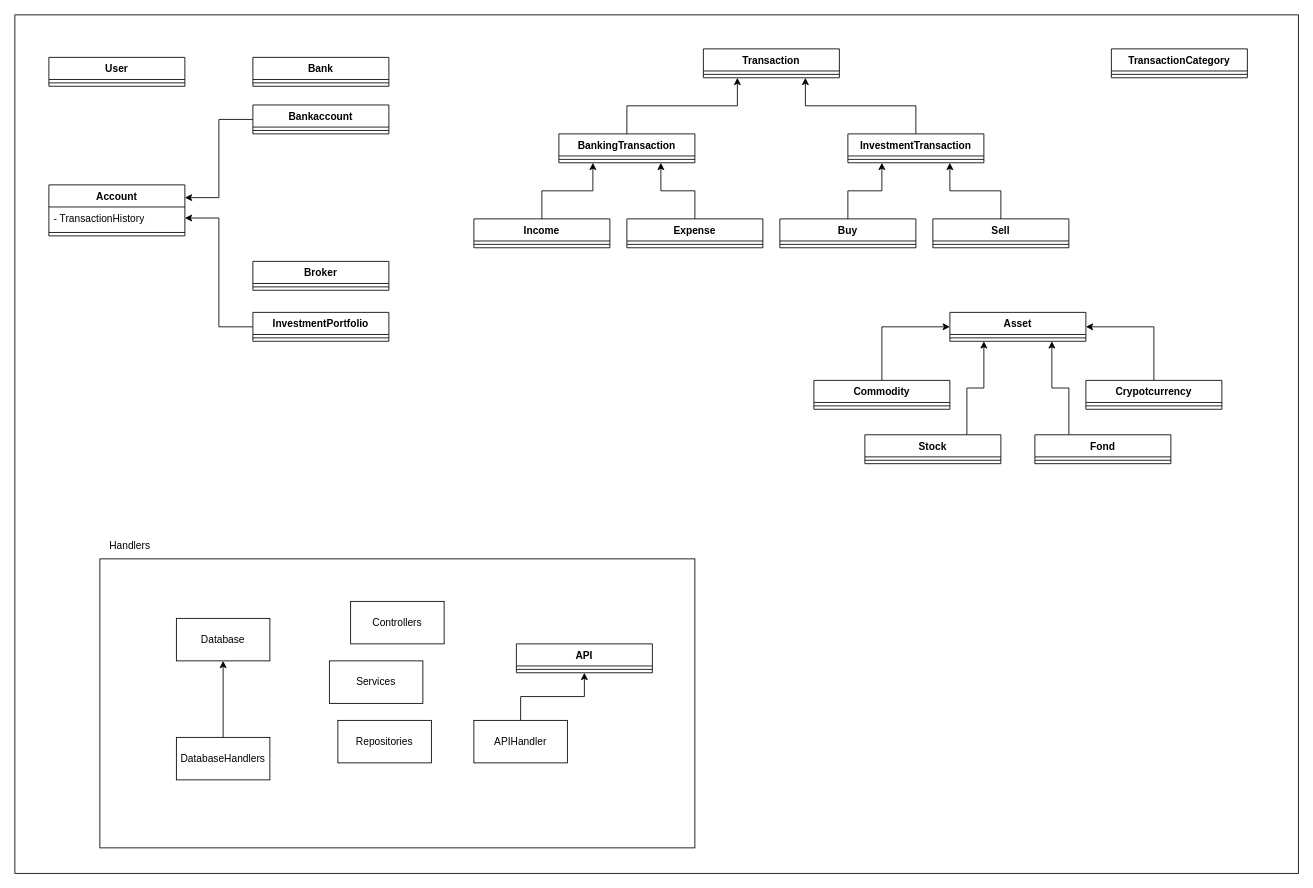
The draw.io diagram resources/img/SE2-Classes.drawio in NI-R0/DH-Software-Engineering-II, before the edit. Source tidied: cells renumbered, new cells numbered last; positions are measured from the earlier drawing's top-left corner, leaving out a move shared by most shapes. Both pictures are drawn from the tidied source at 85%, with x=0, y=0 at pixel (14, 14).
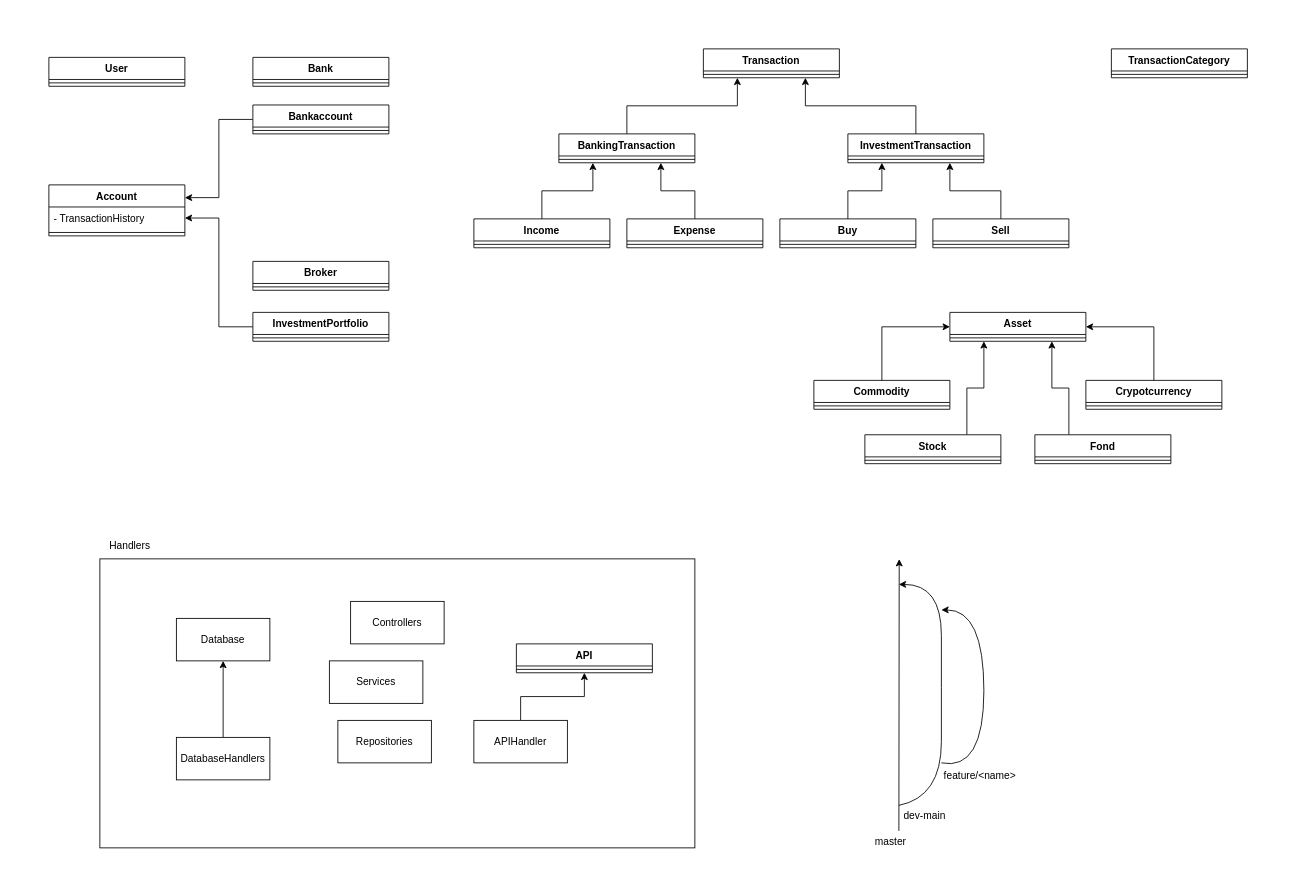
The same diagram, later.

Commit message (it also covers changes not shown here):
modified class diagram

What changed in the source:
```diff
@@
-    <mxCell id="2" style="rounded=0;whiteSpace=wrap;html=1;fillColor=none;" parent="1" vertex="1">
-      <mxGeometry width="1510" height="1010" as="geometry" />
-    </mxCell>
@@
+    <mxCell id="66" style="endArrow=classic;html=1;rounded=0;entryX=0.689;entryY=0.634;entryDx=0;entryDy=0;entryPerimeter=0;" parent="1" edge="1">
+      <mxGeometry relative="1" as="geometry">
+        <mxPoint x="1040" y="960" as="sourcePoint" />
+        <mxPoint x="1040.4" y="640.3" as="targetPoint" />
+      </mxGeometry>
+    </mxCell>
+    <mxCell id="67" value="master" style="text;html=1;align=center;verticalAlign=middle;strokeColor=none;fillColor=none;" parent="1" vertex="1">
+      <mxGeometry x="1000" y="958" width="60" height="30" as="geometry" />
+    </mxCell>
+    <mxCell id="68" style="curved=1;endArrow=classic;html=1;rounded=0;" parent="1" edge="1">
+      <mxGeometry relative="1" as="geometry">
+        <mxPoint x="1040" y="930" as="sourcePoint" />
+        <mxPoint x="1040" y="670" as="targetPoint" />
+        <Array as="points">
+          <mxPoint x="1090" y="920" />
+          <mxPoint x="1090" y="790" />
+          <mxPoint x="1090" y="670" />
+        </Array>
+      </mxGeometry>
+    </mxCell>
+    <mxCell id="69" value="dev-main" style="text;html=1;align=center;verticalAlign=middle;strokeColor=none;fillColor=none;" parent="1" vertex="1">
+      <mxGeometry x="1035" y="928" width="70" height="30" as="geometry" />
+    </mxCell>
+    <mxCell id="70" style="curved=1;endArrow=classic;html=1;rounded=0;" parent="1" edge="1">
+      <mxGeometry relative="1" as="geometry">
+        <mxPoint x="1090" y="880" as="sourcePoint" />
+        <mxPoint x="1090" y="700" as="targetPoint" />
+        <Array as="points">
+          <mxPoint x="1140" y="890" />
+          <mxPoint x="1140" y="700" />
+        </Array>
+      </mxGeometry>
+    </mxCell>
+    <mxCell id="71" value="feature/&amp;lt;name&amp;gt;" style="text;html=1;align=center;verticalAlign=middle;strokeColor=none;fillColor=none;" parent="1" vertex="1">
+      <mxGeometry x="1080" y="880" width="110" height="30" as="geometry" />
+    </mxCell>
```
